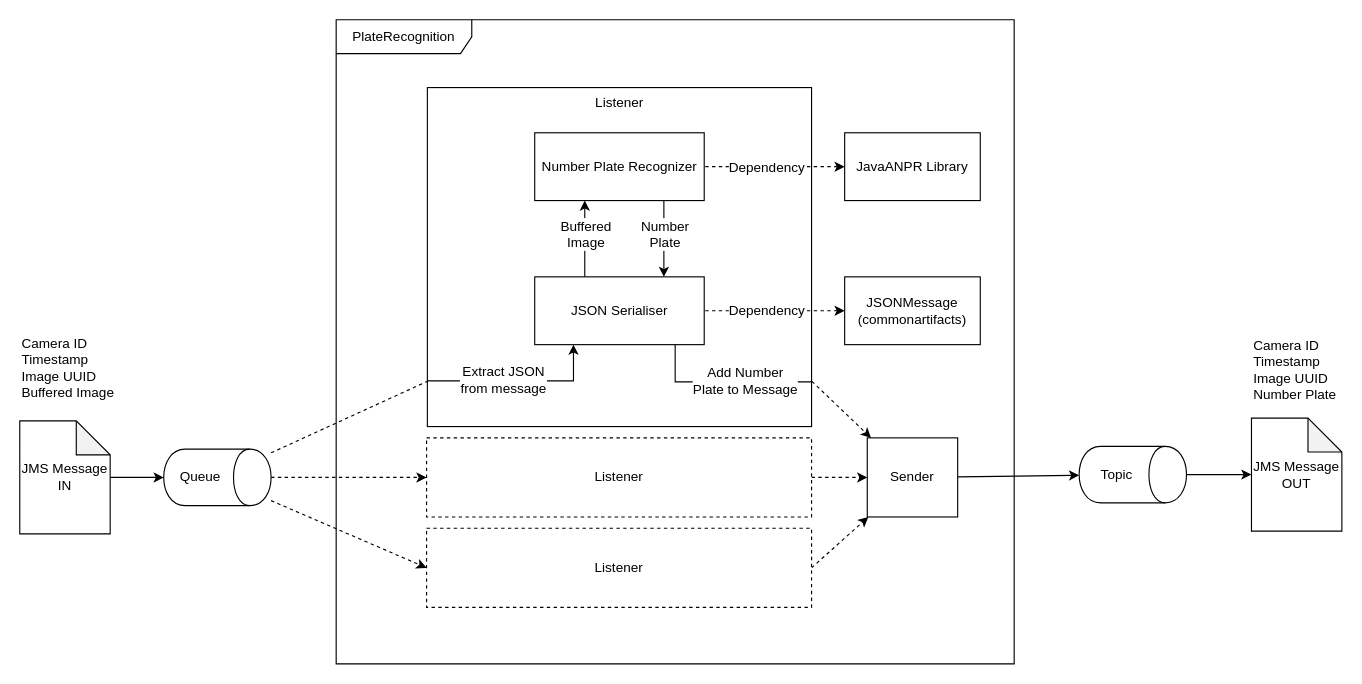
Before: teamFolders/team2/Documentation/P2SystemDiagram.drawio in gallenc/solent6Public, a draw.io diagram. Source tidied: cells renumbered, new cells numbered last; positions are measured from the earlier drawing's top-left corner, leaving out a move shared by most shapes. Both pictures are drawn from the tidied source at 113%, with x=0, y=0 at pixel (19, 19).
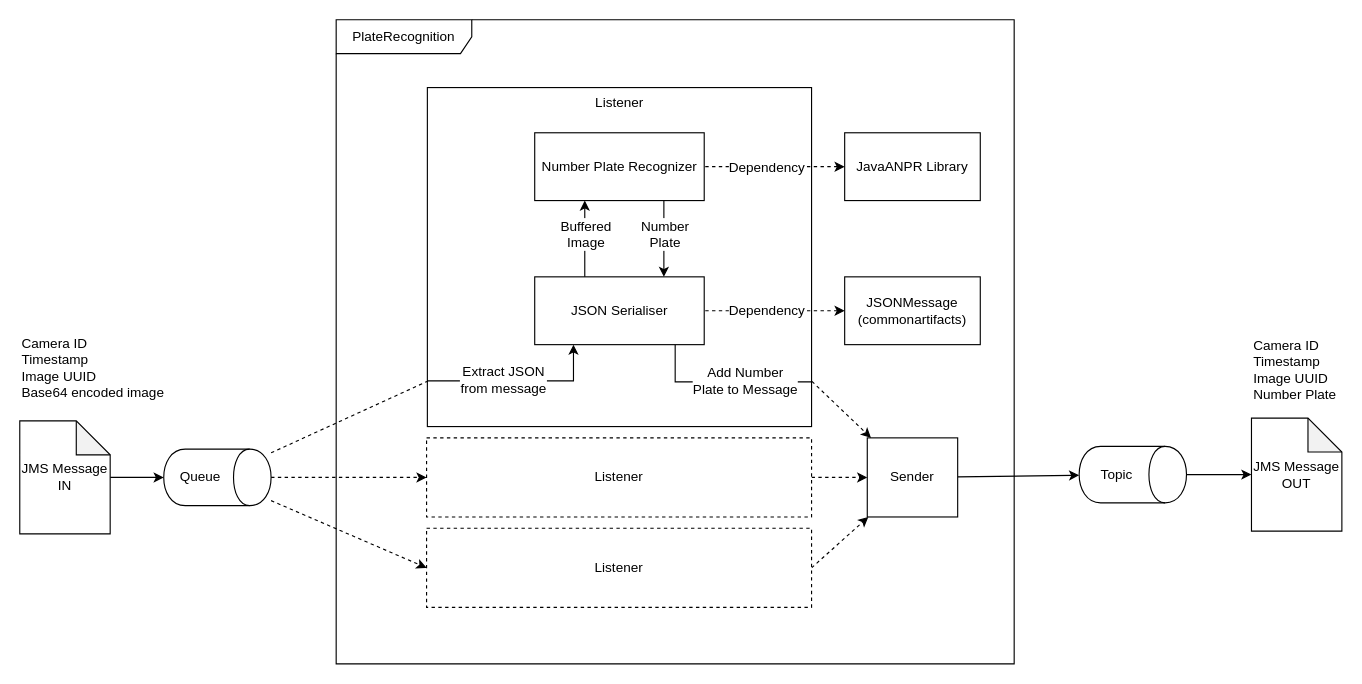
The same page after the edit.

Commit message (it also covers changes not shown here):
robustness and system diagram update

What changed in the source:
```diff
@@
-    <mxCell id="7" value="Camera ID&lt;br&gt;Timestamp&lt;br&gt;Image UUID&lt;br&gt;Buffered Image&amp;nbsp;" style="text;html=1;strokeColor=none;fillColor=none;align=left;verticalAlign=top;whiteSpace=wrap;rounded=0;" parent="1" vertex="1">
-      <mxGeometry y="272.5" width="90" height="80" as="geometry" />
+    <mxCell id="7" value="Camera ID&lt;br&gt;Timestamp&lt;br&gt;Image UUID&lt;br&gt;Base64 encoded image&amp;nbsp;" style="text;html=1;strokeColor=none;fillColor=none;align=left;verticalAlign=top;whiteSpace=wrap;rounded=0;" parent="1" vertex="1">
+      <mxGeometry y="272.5" width="140" height="80" as="geometry" />
     </mxCell>
```
